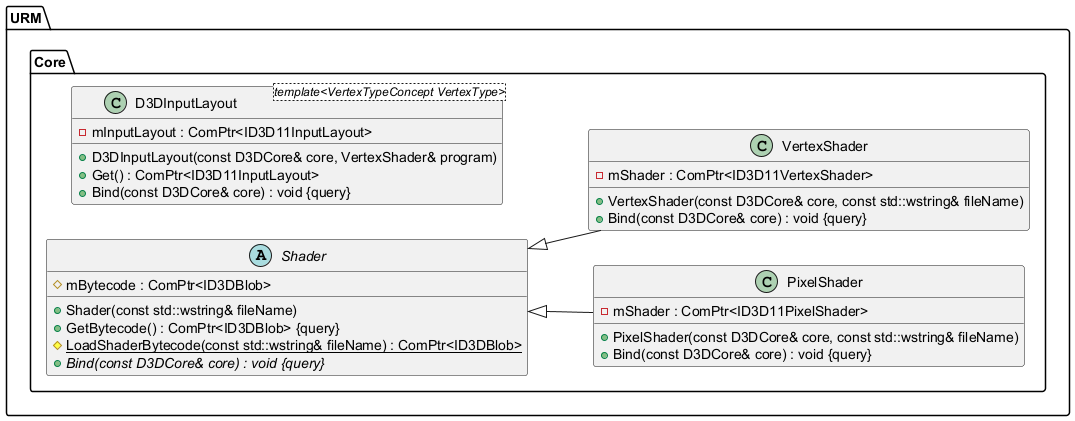
Earlier version of the PlantUML export Latex/images/UML/shader.png (MinikPLayer/MasterThesis_UniversalRenderingModule_D3D11).
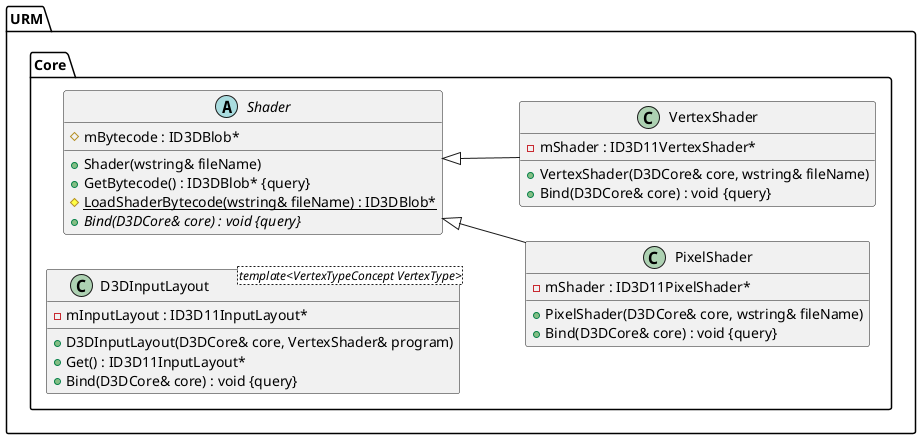
Later version of the same file.

The edit, as a diff of the source:
```diff
@@ -9,30 +9,30 @@
 namespace URM {
 	namespace Core {
 		class D3DInputLayout <template<VertexTypeConcept VertexType>> {
-			+D3DInputLayout(const D3DCore& core, VertexShader& program)
-			+Get() : ComPtr<ID3D11InputLayout>
-			-mInputLayout : ComPtr<ID3D11InputLayout>
-			+Bind(const D3DCore& core) : void {query}
+			+D3DInputLayout(D3DCore& core, VertexShader& program)
+			+Get() : ID3D11InputLayout*
+			-mInputLayout : ID3D11InputLayout*
+			+Bind(D3DCore& core) : void {query}
 		}
 
 		class PixelShader {
-			+PixelShader(const D3DCore& core, const std::wstring& fileName)
-			-mShader : ComPtr<ID3D11PixelShader>
-			+Bind(const D3DCore& core) : void {query}
+			+PixelShader(D3DCore& core, wstring& fileName)
+			-mShader : ID3D11PixelShader*
+			+Bind(D3DCore& core) : void {query}
 		}
 
 		abstract class Shader {
-			+Shader(const std::wstring& fileName)
-			+GetBytecode() : ComPtr<ID3DBlob> {query}
-			#{static} LoadShaderBytecode(const std::wstring& fileName) : ComPtr<ID3DBlob>
-			#mBytecode : ComPtr<ID3DBlob>
-			+{abstract} Bind(const D3DCore& core) : void {query}
+			+Shader(wstring& fileName)
+			+GetBytecode() : ID3DBlob* {query}
+			#{static} LoadShaderBytecode(wstring& fileName) : ID3DBlob*
+			#mBytecode : ID3DBlob*
+			+{abstract} Bind(D3DCore& core) : void {query}
 		}
 
 		class VertexShader {
-			+VertexShader(const D3DCore& core, const std::wstring& fileName)
-			-mShader : ComPtr<ID3D11VertexShader>
-			+Bind(const D3DCore& core) : void {query}
+			+VertexShader(D3DCore& core, wstring& fileName)
+			-mShader : ID3D11VertexShader*
+			+Bind(D3DCore& core) : void {query}
 		}
 	}
 }
```
